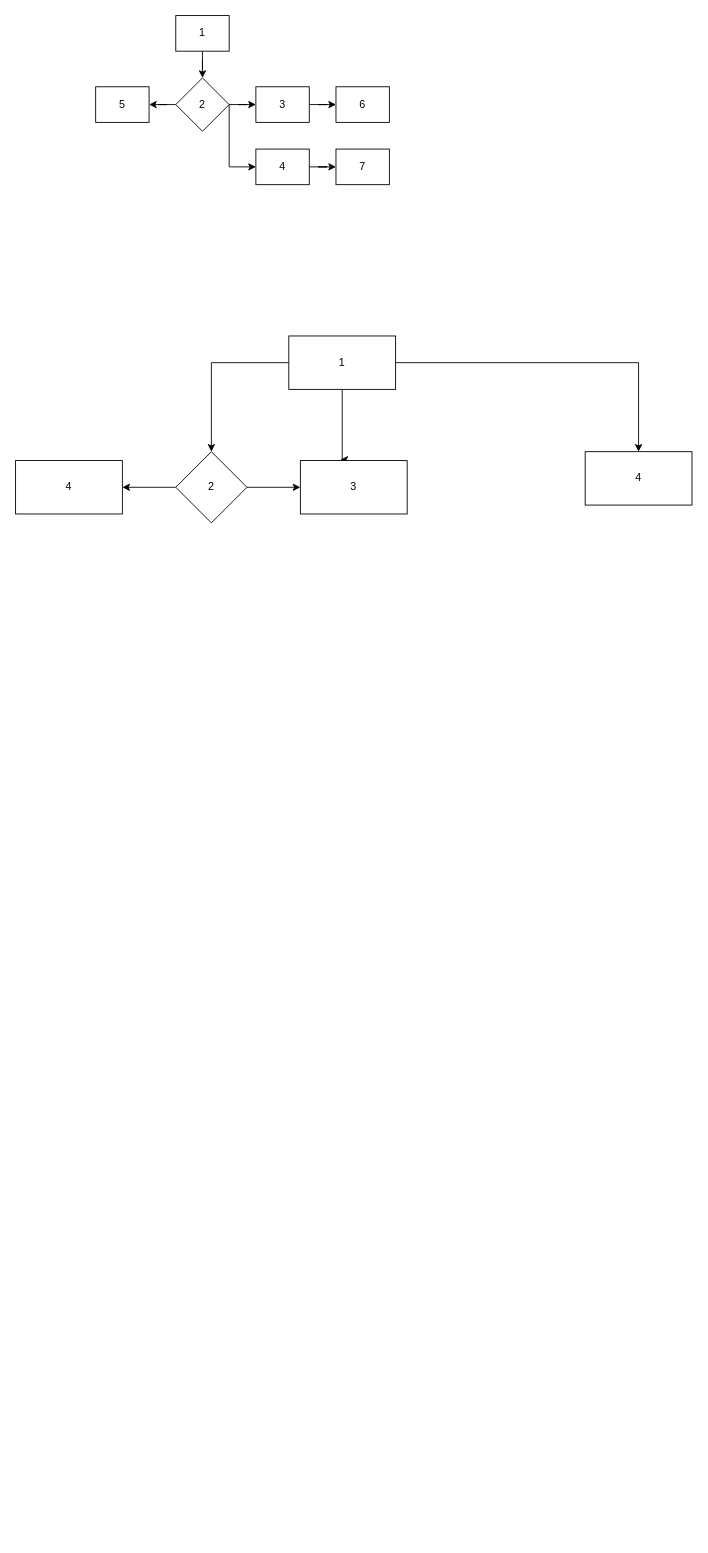
Before: conditional_fork.drawio in praneethsai83/GenericProcessing, a draw.io diagram. Source tidied: cells renumbered, new cells numbered last; positions are measured from the earlier drawing's top-left corner, leaving out a move shared by most shapes. Both pictures are drawn from the tidied source at 89%, with x=0, y=0 at pixel (15, 15).
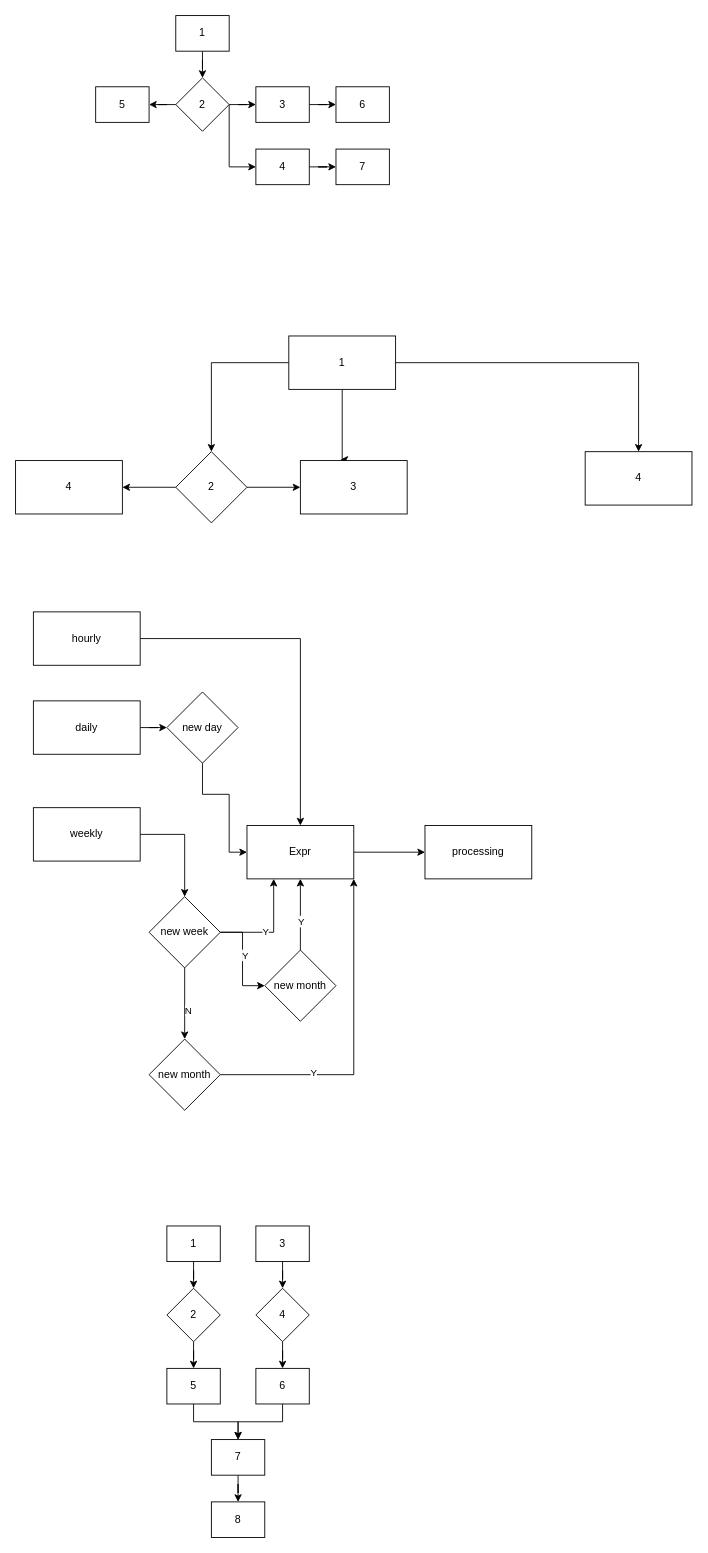
After the change.

Change to the diagram source:
```diff
@@
+    <mxCell id="25" style="edgeStyle=orthogonalEdgeStyle;rounded=0;jettySize=auto;html=1;" parent="1" edge="1" source="26" target="28">
+      <mxGeometry relative="1" as="geometry" />
+    </mxCell>
+    <mxCell id="26" value="hourly" style="rounded=0;whiteSpace=wrap;html=1;" parent="1" vertex="1">
+      <mxGeometry x="20" y="670" width="120" height="60" as="geometry" />
+    </mxCell>
+    <mxCell id="27" style="edgeStyle=orthogonalEdgeStyle;rounded=0;jettySize=auto;html=1;" parent="1" edge="1" source="28" target="29">
+      <mxGeometry relative="1" as="geometry" />
+    </mxCell>
+    <mxCell id="28" value="Expr" style="whiteSpace=wrap;html=1;rounded=0;" parent="1" vertex="1">
+      <mxGeometry x="260" y="910" width="120" height="60" as="geometry" />
+    </mxCell>
+    <mxCell id="29" value="processing" style="whiteSpace=wrap;html=1;rounded=0;" parent="1" vertex="1">
+      <mxGeometry x="460" y="910" width="120" height="60" as="geometry" />
+    </mxCell>
+    <mxCell id="30" style="edgeStyle=orthogonalEdgeStyle;rounded=0;jettySize=auto;html=1;" parent="1" edge="1" source="31" target="33">
+      <mxGeometry relative="1" as="geometry" />
+    </mxCell>
+    <mxCell id="31" value="daily" style="rounded=0;whiteSpace=wrap;html=1;" parent="1" vertex="1">
+      <mxGeometry x="20" y="770" width="120" height="60" as="geometry" />
+    </mxCell>
+    <mxCell id="32" style="edgeStyle=orthogonalEdgeStyle;rounded=0;jettySize=auto;html=1;entryX=0;entryY=0.5;entryDx=0;entryDy=0;" parent="1" edge="1" source="33" target="28">
+      <mxGeometry relative="1" as="geometry">
+        <Array as="points">
+          <mxPoint x="210" y="875" />
+          <mxPoint x="240" y="875" />
+          <mxPoint x="240" y="940" />
+        </Array>
+      </mxGeometry>
+    </mxCell>
+    <mxCell id="33" value="new day" style="rhombus;whiteSpace=wrap;html=1;rounded=0;" parent="1" vertex="1">
+      <mxGeometry x="170" y="760" width="80" height="80" as="geometry" />
+    </mxCell>
+    <mxCell id="34" style="edgeStyle=orthogonalEdgeStyle;rounded=0;jettySize=auto;html=1;" parent="1" edge="1" source="35" target="42">
+      <mxGeometry relative="1" as="geometry" />
+    </mxCell>
+    <mxCell id="35" value="weekly" style="rounded=0;whiteSpace=wrap;html=1;" parent="1" vertex="1">
+      <mxGeometry x="20" y="890" width="120" height="60" as="geometry" />
+    </mxCell>
+    <mxCell id="36" style="edgeStyle=orthogonalEdgeStyle;rounded=0;jettySize=auto;html=1;" parent="1" edge="1" source="42" target="45">
+      <mxGeometry relative="1" as="geometry" />
+    </mxCell>
+    <mxCell id="37" value="Y" style="edgeLabel;html=1;align=center;verticalAlign=middle;" parent="36" vertex="1">
+      <mxGeometry x="-0.09" y="2" relative="1" as="geometry" />
+    </mxCell>
+    <mxCell id="38" style="edgeStyle=orthogonalEdgeStyle;rounded=0;jettySize=auto;html=1;entryX=0.25;entryY=1;entryDx=0;entryDy=0;" parent="1" edge="1" source="42" target="28">
+      <mxGeometry relative="1" as="geometry" />
+    </mxCell>
+    <mxCell id="39" value="Y" style="edgeLabel;html=1;align=center;verticalAlign=middle;" parent="38" vertex="1">
+      <mxGeometry x="-0.17" y="2" relative="1" as="geometry" />
+    </mxCell>
+    <mxCell id="40" style="edgeStyle=orthogonalEdgeStyle;rounded=0;jettySize=auto;html=1;" parent="1" edge="1" source="42" target="48">
+      <mxGeometry relative="1" as="geometry" />
+    </mxCell>
+    <mxCell id="41" value="N" style="edgeLabel;html=1;align=center;verticalAlign=middle;" parent="40" vertex="1">
+      <mxGeometry x="0.17" y="3" relative="1" as="geometry" />
+    </mxCell>
+    <mxCell id="42" value="new week" style="rhombus;whiteSpace=wrap;html=1;rounded=0;" parent="1" vertex="1">
+      <mxGeometry x="150" y="990" width="80" height="80" as="geometry" />
+    </mxCell>
+    <mxCell id="43" style="edgeStyle=orthogonalEdgeStyle;rounded=0;jettySize=auto;html=1;" parent="1" edge="1" source="45" target="28">
+      <mxGeometry relative="1" as="geometry" />
+    </mxCell>
+    <mxCell id="44" value="Y" style="edgeLabel;html=1;align=center;verticalAlign=middle;" parent="43" vertex="1">
+      <mxGeometry x="-0.17" relative="1" as="geometry" />
+    </mxCell>
+    <mxCell id="45" value="new month" style="rhombus;whiteSpace=wrap;html=1;rounded=0;" parent="1" vertex="1">
+      <mxGeometry x="280" y="1050" width="80" height="80" as="geometry" />
+    </mxCell>
+    <mxCell id="46" style="edgeStyle=orthogonalEdgeStyle;rounded=0;jettySize=auto;html=1;entryX=1;entryY=1;entryDx=0;entryDy=0;" parent="1" edge="1" source="48" target="28">
+      <mxGeometry relative="1" as="geometry" />
+    </mxCell>
+    <mxCell id="47" value="Y" style="edgeLabel;html=1;align=center;verticalAlign=middle;" parent="46" vertex="1">
+      <mxGeometry x="-0.44" y="3" relative="1" as="geometry" />
+    </mxCell>
+    <mxCell id="48" value="new month" style="rhombus;whiteSpace=wrap;html=1;rounded=0;" parent="1" vertex="1">
+      <mxGeometry x="150" y="1150" width="80" height="80" as="geometry" />
+    </mxCell>
+    <mxCell id="49" style="edgeStyle=orthogonalEdgeStyle;rounded=0;jettySize=auto;html=1;" parent="1" edge="1" source="50" target="52">
+      <mxGeometry relative="1" as="geometry" />
+    </mxCell>
+    <mxCell id="50" value="1" style="rounded=0;whiteSpace=wrap;html=1;" parent="1" vertex="1">
+      <mxGeometry x="170" y="1360" width="60" height="40" as="geometry" />
+    </mxCell>
+    <mxCell id="51" style="edgeStyle=orthogonalEdgeStyle;rounded=0;jettySize=auto;html=1;" parent="1" edge="1" source="52" target="58">
+      <mxGeometry relative="1" as="geometry" />
+    </mxCell>
+    <mxCell id="52" value="2" style="rhombus;whiteSpace=wrap;html=1;rounded=0;" parent="1" vertex="1">
+      <mxGeometry x="170" y="1430" width="60" height="60" as="geometry" />
+    </mxCell>
+    <mxCell id="53" style="edgeStyle=orthogonalEdgeStyle;rounded=0;jettySize=auto;html=1;" parent="1" edge="1" source="54" target="63">
+      <mxGeometry relative="1" as="geometry" />
+    </mxCell>
+    <mxCell id="54" value="3" style="rounded=0;whiteSpace=wrap;html=1;" parent="1" vertex="1">
+      <mxGeometry x="270" y="1360" width="60" height="40" as="geometry" />
+    </mxCell>
+    <mxCell id="55" style="edgeStyle=orthogonalEdgeStyle;rounded=0;jettySize=auto;html=1;entryX=0.5;entryY=0;entryDx=0;entryDy=0;" parent="1" edge="1" source="56" target="61">
+      <mxGeometry relative="1" as="geometry" />
+    </mxCell>
+    <mxCell id="56" value="6" style="rounded=0;whiteSpace=wrap;html=1;" parent="1" vertex="1">
+      <mxGeometry x="270" y="1520" width="60" height="40" as="geometry" />
+    </mxCell>
+    <mxCell id="57" style="edgeStyle=orthogonalEdgeStyle;rounded=0;jettySize=auto;html=1;entryX=0.5;entryY=0;entryDx=0;entryDy=0;" parent="1" edge="1" source="58" target="61">
+      <mxGeometry relative="1" as="geometry" />
+    </mxCell>
+    <mxCell id="58" value="5" style="rounded=0;whiteSpace=wrap;html=1;" parent="1" vertex="1">
+      <mxGeometry x="170" y="1520" width="60" height="40" as="geometry" />
+    </mxCell>
+    <mxCell id="59" value="8" style="rounded=0;whiteSpace=wrap;html=1;" parent="1" vertex="1">
+      <mxGeometry x="220" y="1670" width="60" height="40" as="geometry" />
+    </mxCell>
+    <mxCell id="60" style="edgeStyle=orthogonalEdgeStyle;rounded=0;jettySize=auto;html=1;" parent="1" edge="1" source="61" target="59">
+      <mxGeometry relative="1" as="geometry" />
+    </mxCell>
+    <mxCell id="61" value="7" style="rounded=0;whiteSpace=wrap;html=1;" parent="1" vertex="1">
+      <mxGeometry x="220" y="1600" width="60" height="40" as="geometry" />
+    </mxCell>
+    <mxCell id="62" style="edgeStyle=orthogonalEdgeStyle;rounded=0;jettySize=auto;html=1;" parent="1" edge="1" source="63" target="56">
+      <mxGeometry relative="1" as="geometry" />
+    </mxCell>
+    <mxCell id="63" value="4" style="rhombus;whiteSpace=wrap;html=1;rounded=0;" parent="1" vertex="1">
+      <mxGeometry x="270" y="1430" width="60" height="60" as="geometry" />
+    </mxCell>
```
